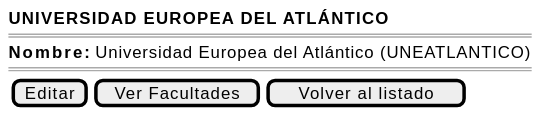
Before: images/RUP/01-requisitos/03-detalle-casos-uso/abrirUniversidad/wireframe.svg, a diagram exported from PlantUML (mmasias/pyCeldaPublico).
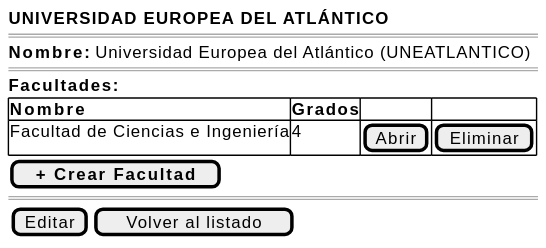
After the commit.

Diff of the diagram source:
```diff
@@ -4,6 +4,13 @@
     ====
     <b>Nombre:</b> Universidad Europea del Atlántico (UNEATLANTICO)
     ====
-    {[Editar] | [Ver Facultades] | [Volver al listado]}
+    <b>Facultades:</b>
+    {#
+        <b>Nombre | <b>Grados | . | .
+        Facultad de Ciencias e Ingeniería | 4 | [Abrir] | [Eliminar]
+    }
+    [ <b>+ Crear Facultad</b> ]
+    ====
+    {[Editar] | [Volver al listado]}
 }
 @endsalt
```
